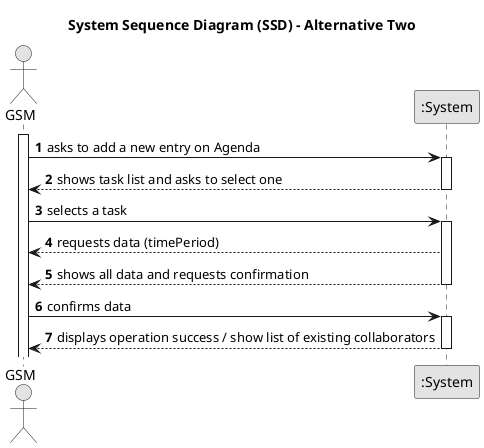
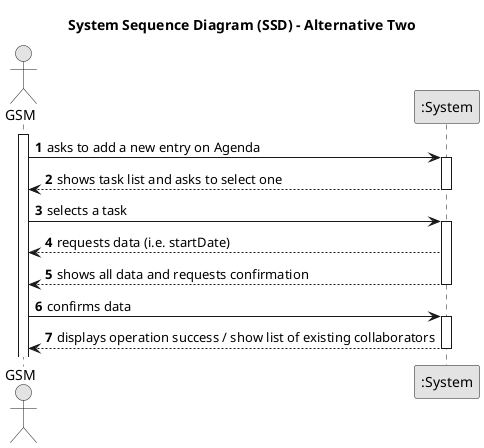
@startuml
skinparam monochrome true
skinparam packageStyle rectangle
skinparam shadowing false

title System Sequence Diagram (SSD) - Alternative Two

autonumber

actor "GSM" as Manager
participant ":System" as System

activate Manager

    Manager -> System : asks to add a new entry on Agenda
    activate System

        System --> Manager : shows task list and asks to select one
    deactivate System

    Manager -> System : selects a task
    activate System

-         System  --> Manager : requests data (timePeriod)
+         System  --> Manager : requests data (i.e. startDate)

        System --> Manager :shows all data and requests confirmation
    deactivate System

    Manager -> System : confirms data
    activate System

        System --> Manager : displays operation success / show list of existing collaborators
    deactivate System
@enduml